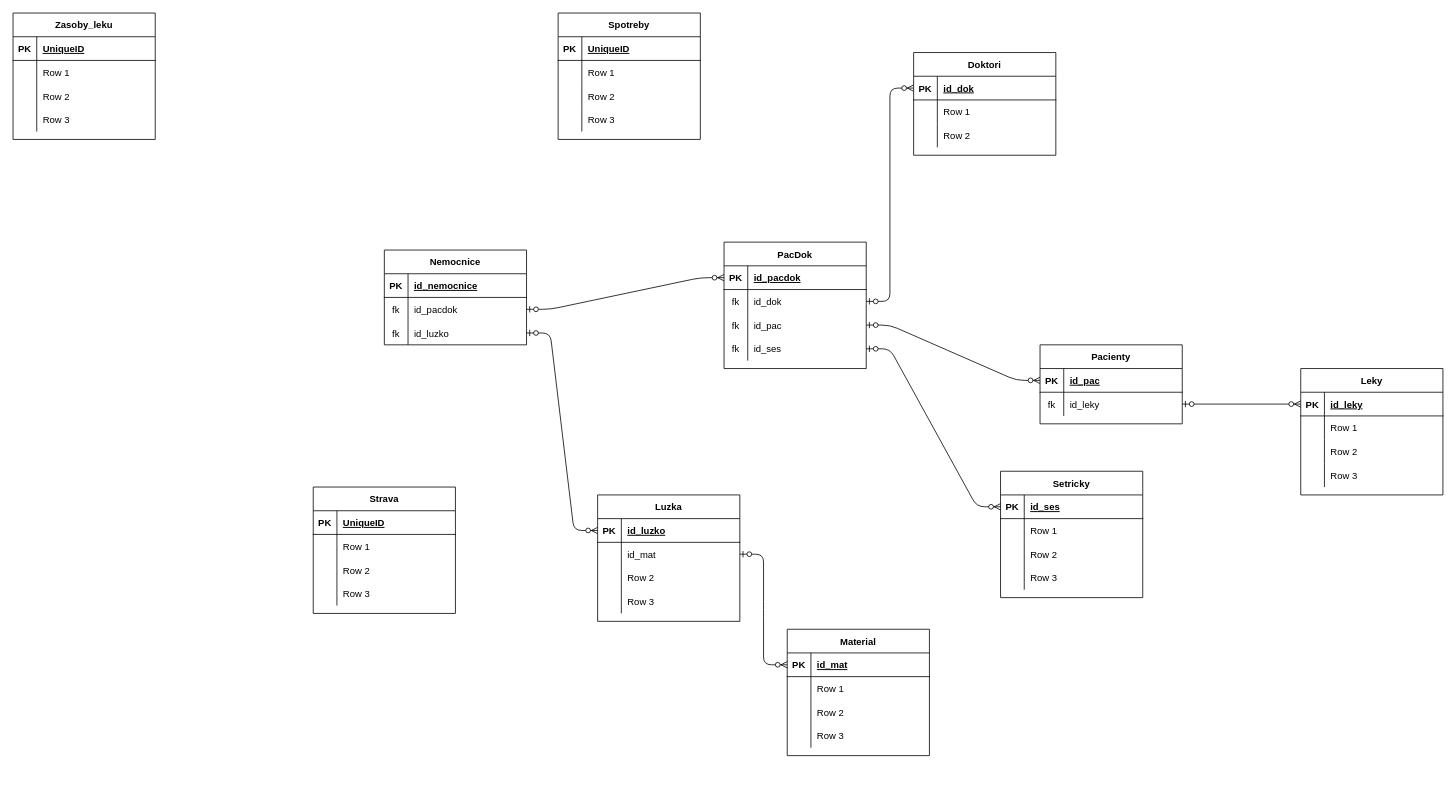
The draw.io diagram navrh.drawio in skrivanroman/Nemocnice_DB, before the edit. Source tidied: cells renumbered, new cells numbered last; positions are measured from the earlier drawing's top-left corner, leaving out a move shared by most shapes. Both pictures are drawn from the tidied source at 79%, with x=0, y=0 at pixel (13, 13).
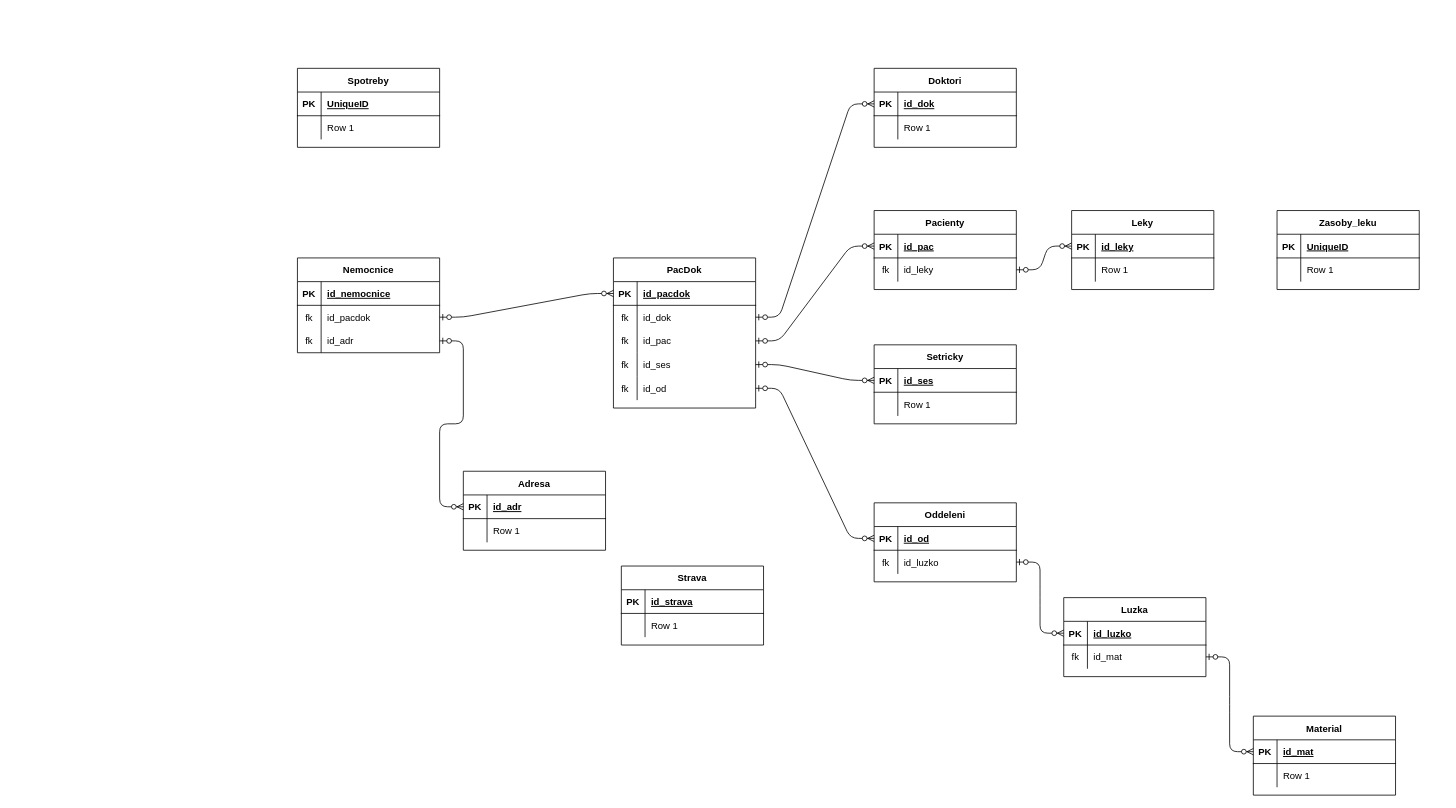
After the change.

Commit message (it also covers changes not shown here):
navrh tabulek

Unchanged cells that the change refers to:
```xml
<mxCell id="43" style="shape=partialRectangle;fillColor=none;top=0;left=0;bottom=1;right=0;" parent="42" vertex="1">
  <mxGeometry y="30" width="180" height="30" as="geometry" />
</mxCell>
<mxCell id="69" style="shape=partialRectangle;fillColor=none;top=0;left=0;bottom=1;right=0;points=[[0,0.5],[1,0.5]];portConstraint=eastwest;" parent="68" vertex="1">
  <mxGeometry y="30" width="180" height="30" as="geometry" />
</mxCell>
<mxCell id="72" style="shape=partialRectangle;fillColor=none;top=0;left=0;bottom=0;right=0;points=[[0,0.5],[1,0.5]];portConstraint=eastwest;" parent="68" vertex="1">
  <mxGeometry y="60" width="180" height="30" as="geometry" />
</mxCell>
```

What changed in the source:
```diff
@@
     <mxCell id="2" value="Nemocnice" style="shape=table;startSize=30;childLayout=tableLayout;rowLines=0;fontStyle=1;align=center;" parent="1" vertex="1">
-      <mxGeometry x="470" y="300" width="180" height="120" as="geometry" />
+      <mxGeometry x="360" y="310" width="180" height="120" as="geometry" />
     </mxCell>
@@
-    <mxCell id="9" style="shape=partialRectangle;fillColor=none;top=0;left=0;bottom=0;right=0;points=[[0,0.5],[1,0.5]];portConstraint=eastwest;" parent="2" vertex="1">
-      <mxGeometry y="90" width="180" height="30" as="geometry" />
-    </mxCell>
-    <mxCell id="10" value="fk" style="shape=partialRectangle;fillColor=none;top=0;left=0;bottom=0;right=0;overflow=hidden;" parent="9" vertex="1">
-      <mxGeometry width="30" height="30" as="geometry" />
-    </mxCell>
-    <mxCell id="11" value="id_luzko" style="shape=partialRectangle;fillColor=none;top=0;left=0;bottom=0;right=0;align=left;spacingLeft=6;overflow=hidden;" parent="9" vertex="1">
-      <mxGeometry x="30" width="150" height="30" as="geometry" />
-    </mxCell>
+    <mxCell id="140" style="shape=partialRectangle;fillColor=none;top=0;left=0;bottom=0;right=0;points=[[0,0.5],[1,0.5]];portConstraint=eastwest;" parent="2" vertex="1">
+      <mxGeometry y="90" width="180" height="30" as="geometry" />
+    </mxCell>
+    <mxCell id="141" value="fk" style="shape=partialRectangle;fillColor=none;top=0;left=0;bottom=0;right=0;overflow=hidden;" parent="140" vertex="1">
+      <mxGeometry width="30" height="30" as="geometry" />
+    </mxCell>
+    <mxCell id="142" value="id_adr" style="shape=partialRectangle;fillColor=none;top=0;left=0;bottom=0;right=0;align=left;spacingLeft=6;overflow=hidden;" parent="140" vertex="1">
+      <mxGeometry x="30" width="150" height="30" as="geometry" />
+    </mxCell>
     <mxCell id="12" value="Pacienty" style="shape=table;startSize=30;childLayout=tableLayout;rowLines=0;fontStyle=1;align=center;" parent="1" vertex="1">
-      <mxGeometry x="1300" y="420" width="180" height="100" as="geometry" />
+      <mxGeometry x="1090" y="250" width="180" height="100" as="geometry" />
     </mxCell>
@@
     <mxCell id="19" value="Doktori" style="shape=table;startSize=30;childLayout=tableLayout;rowLines=0;fontStyle=1;align=center;" parent="1" vertex="1">
-      <mxGeometry x="1140" y="50" width="180" height="130" as="geometry" />
+      <mxGeometry x="1090" y="70" width="180" height="100" as="geometry" />
     </mxCell>
@@
-    <mxCell id="26" style="shape=partialRectangle;fillColor=none;top=0;left=0;bottom=0;right=0;" parent="19" vertex="1">
-      <mxGeometry y="90" width="180" height="30" as="geometry" />
-    </mxCell>
-    <mxCell id="27" style="shape=partialRectangle;fillColor=none;top=0;left=0;bottom=0;right=0;overflow=hidden;" parent="26" vertex="1">
-      <mxGeometry width="30" height="30" as="geometry" />
-    </mxCell>
-    <mxCell id="28" value="Row 2" style="shape=partialRectangle;fillColor=none;top=0;left=0;bottom=0;right=0;align=left;spacingLeft=6;overflow=hidden;" parent="26" vertex="1">
-      <mxGeometry x="30" width="150" height="30" as="geometry" />
-    </mxCell>
     <mxCell id="29" value="Setricky" style="shape=table;startSize=30;childLayout=tableLayout;rowLines=0;fontStyle=1;align=center;" parent="1" vertex="1">
-      <mxGeometry x="1250" y="580" width="180" height="160" as="geometry" />
+      <mxGeometry x="1090" y="420" width="180" height="100" as="geometry" />
     </mxCell>
@@
-    <mxCell id="36" style="shape=partialRectangle;fillColor=none;top=0;left=0;bottom=0;right=0;" parent="29" vertex="1">
-      <mxGeometry y="90" width="180" height="30" as="geometry" />
-    </mxCell>
-    <mxCell id="37" style="shape=partialRectangle;fillColor=none;top=0;left=0;bottom=0;right=0;overflow=hidden;" parent="36" vertex="1">
-      <mxGeometry width="30" height="30" as="geometry" />
-    </mxCell>
-    <mxCell id="38" value="Row 2" style="shape=partialRectangle;fillColor=none;top=0;left=0;bottom=0;right=0;align=left;spacingLeft=6;overflow=hidden;" parent="36" vertex="1">
-      <mxGeometry x="30" width="150" height="30" as="geometry" />
-    </mxCell>
-    <mxCell id="39" style="shape=partialRectangle;fillColor=none;top=0;left=0;bottom=0;right=0;" parent="29" vertex="1">
-      <mxGeometry y="120" width="180" height="30" as="geometry" />
-    </mxCell>
-    <mxCell id="40" style="shape=partialRectangle;fillColor=none;top=0;left=0;bottom=0;right=0;overflow=hidden;" parent="39" vertex="1">
-      <mxGeometry width="30" height="30" as="geometry" />
-    </mxCell>
-    <mxCell id="41" value="Row 3" style="shape=partialRectangle;fillColor=none;top=0;left=0;bottom=0;right=0;align=left;spacingLeft=6;overflow=hidden;" parent="39" vertex="1">
-      <mxGeometry x="30" width="150" height="30" as="geometry" />
-    </mxCell>
     <mxCell id="42" value="Strava" style="shape=table;startSize=30;childLayout=tableLayout;rowLines=0;fontStyle=1;align=center;" parent="1" vertex="1">
-      <mxGeometry x="380" y="600" width="180" height="160" as="geometry" />
+      <mxGeometry x="770" y="700" width="180" height="100" as="geometry" />
     </mxCell>
@@
-    <mxCell id="45" value="UniqueID" style="shape=partialRectangle;fillColor=none;top=0;left=0;bottom=0;right=0;align=left;spacingLeft=6;fontStyle=5;overflow=hidden;" parent="43" vertex="1">
+    <mxCell id="45" value="id_strava" style="shape=partialRectangle;fillColor=none;top=0;left=0;bottom=0;right=0;align=left;spacingLeft=6;fontStyle=5;overflow=hidden;" parent="43" vertex="1">
       <mxGeometry x="30" width="150" height="30" as="geometry" />
     </mxCell>
@@
-    <mxCell id="49" style="shape=partialRectangle;fillColor=none;top=0;left=0;bottom=0;right=0;" parent="42" vertex="1">
-      <mxGeometry y="90" width="180" height="30" as="geometry" />
-    </mxCell>
-    <mxCell id="50" style="shape=partialRectangle;fillColor=none;top=0;left=0;bottom=0;right=0;overflow=hidden;" parent="49" vertex="1">
-      <mxGeometry width="30" height="30" as="geometry" />
-    </mxCell>
-    <mxCell id="51" value="Row 2" style="shape=partialRectangle;fillColor=none;top=0;left=0;bottom=0;right=0;align=left;spacingLeft=6;overflow=hidden;" parent="49" vertex="1">
-      <mxGeometry x="30" width="150" height="30" as="geometry" />
-    </mxCell>
-    <mxCell id="52" style="shape=partialRectangle;fillColor=none;top=0;left=0;bottom=0;right=0;" parent="42" vertex="1">
-      <mxGeometry y="120" width="180" height="30" as="geometry" />
-    </mxCell>
-    <mxCell id="53" style="shape=partialRectangle;fillColor=none;top=0;left=0;bottom=0;right=0;overflow=hidden;" parent="52" vertex="1">
-      <mxGeometry width="30" height="30" as="geometry" />
-    </mxCell>
-    <mxCell id="54" value="Row 3" style="shape=partialRectangle;fillColor=none;top=0;left=0;bottom=0;right=0;align=left;spacingLeft=6;overflow=hidden;" parent="52" vertex="1">
-      <mxGeometry x="30" width="150" height="30" as="geometry" />
-    </mxCell>
     <mxCell id="55" value="PacDok" style="shape=table;startSize=30;childLayout=tableLayout;rowLines=0;fontStyle=1;align=center;" parent="1" vertex="1">
-      <mxGeometry x="900" y="290" width="180" height="160" as="geometry" />
+      <mxGeometry x="760" y="310" width="180" height="190" as="geometry" />
     </mxCell>
@@
+    <mxCell id="143" style="shape=partialRectangle;fillColor=none;top=0;left=0;bottom=0;right=0;points=[[0,0.5],[1,0.5]];portConstraint=eastwest;" parent="55" vertex="1">
+      <mxGeometry y="150" width="180" height="30" as="geometry" />
+    </mxCell>
+    <mxCell id="144" value="fk" style="shape=partialRectangle;fillColor=none;top=0;left=0;bottom=0;right=0;overflow=hidden;" parent="143" vertex="1">
+      <mxGeometry width="30" height="30" as="geometry" />
+    </mxCell>
+    <mxCell id="145" value="id_od" style="shape=partialRectangle;fillColor=none;top=0;left=0;bottom=0;right=0;align=left;spacingLeft=6;overflow=hidden;" parent="143" vertex="1">
+      <mxGeometry x="30" width="150" height="30" as="geometry" />
+    </mxCell>
     <mxCell id="68" value="Luzka" style="shape=table;startSize=30;childLayout=tableLayout;rowLines=0;fontStyle=1;align=center;" parent="1" vertex="1">
-      <mxGeometry x="740" y="610" width="180" height="160" as="geometry" />
+      <mxGeometry x="1330" y="740" width="180" height="100" as="geometry" />
     </mxCell>
@@
-    <mxCell id="73" style="shape=partialRectangle;fillColor=none;top=0;left=0;bottom=0;right=0;overflow=hidden;" parent="72" vertex="1">
+    <mxCell id="73" value="fk" style="shape=partialRectangle;fillColor=none;top=0;left=0;bottom=0;right=0;overflow=hidden;" parent="72" vertex="1">
       <mxGeometry width="30" height="30" as="geometry" />
     </mxCell>
@@
-    <mxCell id="75" style="shape=partialRectangle;fillColor=none;top=0;left=0;bottom=0;right=0;" parent="68" vertex="1">
-      <mxGeometry y="90" width="180" height="30" as="geometry" />
-    </mxCell>
-    <mxCell id="76" style="shape=partialRectangle;fillColor=none;top=0;left=0;bottom=0;right=0;overflow=hidden;" parent="75" vertex="1">
-      <mxGeometry width="30" height="30" as="geometry" />
-    </mxCell>
-    <mxCell id="77" value="Row 2" style="shape=partialRectangle;fillColor=none;top=0;left=0;bottom=0;right=0;align=left;spacingLeft=6;overflow=hidden;" parent="75" vertex="1">
-      <mxGeometry x="30" width="150" height="30" as="geometry" />
-    </mxCell>
-    <mxCell id="78" style="shape=partialRectangle;fillColor=none;top=0;left=0;bottom=0;right=0;" parent="68" vertex="1">
-      <mxGeometry y="120" width="180" height="30" as="geometry" />
-    </mxCell>
-    <mxCell id="79" style="shape=partialRectangle;fillColor=none;top=0;left=0;bottom=0;right=0;overflow=hidden;" parent="78" vertex="1">
-      <mxGeometry width="30" height="30" as="geometry" />
-    </mxCell>
-    <mxCell id="80" value="Row 3" style="shape=partialRectangle;fillColor=none;top=0;left=0;bottom=0;right=0;align=left;spacingLeft=6;overflow=hidden;" parent="78" vertex="1">
-      <mxGeometry x="30" width="150" height="30" as="geometry" />
-    </mxCell>
     <mxCell id="81" value="Material" style="shape=table;startSize=30;childLayout=tableLayout;rowLines=0;fontStyle=1;align=center;" parent="1" vertex="1">
-      <mxGeometry x="980" y="780" width="180" height="160" as="geometry" />
+      <mxGeometry x="1570" y="890" width="180" height="100" as="geometry" />
     </mxCell>
@@
-    <mxCell id="88" style="shape=partialRectangle;fillColor=none;top=0;left=0;bottom=0;right=0;" parent="81" vertex="1">
-      <mxGeometry y="90" width="180" height="30" as="geometry" />
-    </mxCell>
-    <mxCell id="89" style="shape=partialRectangle;fillColor=none;top=0;left=0;bottom=0;right=0;overflow=hidden;" parent="88" vertex="1">
-      <mxGeometry width="30" height="30" as="geometry" />
-    </mxCell>
-    <mxCell id="90" value="Row 2" style="shape=partialRectangle;fillColor=none;top=0;left=0;bottom=0;right=0;align=left;spacingLeft=6;overflow=hidden;" parent="88" vertex="1">
-      <mxGeometry x="30" width="150" height="30" as="geometry" />
-    </mxCell>
-    <mxCell id="91" style="shape=partialRectangle;fillColor=none;top=0;left=0;bottom=0;right=0;" parent="81" vertex="1">
-      <mxGeometry y="120" width="180" height="30" as="geometry" />
-    </mxCell>
-    <mxCell id="92" style="shape=partialRectangle;fillColor=none;top=0;left=0;bottom=0;right=0;overflow=hidden;" parent="91" vertex="1">
-      <mxGeometry width="30" height="30" as="geometry" />
-    </mxCell>
-    <mxCell id="93" value="Row 3" style="shape=partialRectangle;fillColor=none;top=0;left=0;bottom=0;right=0;align=left;spacingLeft=6;overflow=hidden;" parent="91" vertex="1">
-      <mxGeometry x="30" width="150" height="30" as="geometry" />
-    </mxCell>
     <mxCell id="94" value="Leky" style="shape=table;startSize=30;childLayout=tableLayout;rowLines=0;fontStyle=1;align=center;" parent="1" vertex="1">
-      <mxGeometry x="1630" y="450" width="180" height="160" as="geometry" />
+      <mxGeometry x="1340" y="250" width="180" height="100" as="geometry" />
     </mxCell>
@@
-    <mxCell id="101" style="shape=partialRectangle;fillColor=none;top=0;left=0;bottom=0;right=0;" parent="94" vertex="1">
-      <mxGeometry y="90" width="180" height="30" as="geometry" />
-    </mxCell>
-    <mxCell id="102" style="shape=partialRectangle;fillColor=none;top=0;left=0;bottom=0;right=0;overflow=hidden;" parent="101" vertex="1">
-      <mxGeometry width="30" height="30" as="geometry" />
-    </mxCell>
-    <mxCell id="103" value="Row 2" style="shape=partialRectangle;fillColor=none;top=0;left=0;bottom=0;right=0;align=left;spacingLeft=6;overflow=hidden;" parent="101" vertex="1">
-      <mxGeometry x="30" width="150" height="30" as="geometry" />
-    </mxCell>
-    <mxCell id="104" style="shape=partialRectangle;fillColor=none;top=0;left=0;bottom=0;right=0;" parent="94" vertex="1">
-      <mxGeometry y="120" width="180" height="30" as="geometry" />
-    </mxCell>
-    <mxCell id="105" style="shape=partialRectangle;fillColor=none;top=0;left=0;bottom=0;right=0;overflow=hidden;" parent="104" vertex="1">
-      <mxGeometry width="30" height="30" as="geometry" />
-    </mxCell>
-    <mxCell id="106" value="Row 3" style="shape=partialRectangle;fillColor=none;top=0;left=0;bottom=0;right=0;align=left;spacingLeft=6;overflow=hidden;" parent="104" vertex="1">
-      <mxGeometry x="30" width="150" height="30" as="geometry" />
-    </mxCell>
     <mxCell id="107" value="Spotreby" style="shape=table;startSize=30;childLayout=tableLayout;rowLines=0;fontStyle=1;align=center;" parent="1" vertex="1">
-      <mxGeometry x="690" width="180" height="160" as="geometry" />
+      <mxGeometry x="360" y="70" width="180" height="100" as="geometry" />
     </mxCell>
@@
-    <mxCell id="114" style="shape=partialRectangle;fillColor=none;top=0;left=0;bottom=0;right=0;" parent="107" vertex="1">
-      <mxGeometry y="90" width="180" height="30" as="geometry" />
-    </mxCell>
-    <mxCell id="115" style="shape=partialRectangle;fillColor=none;top=0;left=0;bottom=0;right=0;overflow=hidden;" parent="114" vertex="1">
-      <mxGeometry width="30" height="30" as="geometry" />
-    </mxCell>
-    <mxCell id="116" value="Row 2" style="shape=partialRectangle;fillColor=none;top=0;left=0;bottom=0;right=0;align=left;spacingLeft=6;overflow=hidden;" parent="114" vertex="1">
-      <mxGeometry x="30" width="150" height="30" as="geometry" />
-    </mxCell>
-    <mxCell id="117" style="shape=partialRectangle;fillColor=none;top=0;left=0;bottom=0;right=0;" parent="107" vertex="1">
-      <mxGeometry y="120" width="180" height="30" as="geometry" />
-    </mxCell>
-    <mxCell id="118" style="shape=partialRectangle;fillColor=none;top=0;left=0;bottom=0;right=0;overflow=hidden;" parent="117" vertex="1">
-      <mxGeometry width="30" height="30" as="geometry" />
-    </mxCell>
-    <mxCell id="119" value="Row 3" style="shape=partialRectangle;fillColor=none;top=0;left=0;bottom=0;right=0;align=left;spacingLeft=6;overflow=hidden;" parent="117" vertex="1">
-      <mxGeometry x="30" width="150" height="30" as="geometry" />
-    </mxCell>
     <mxCell id="120" value="Zasoby_leku" style="shape=table;startSize=30;childLayout=tableLayout;rowLines=0;fontStyle=1;align=center;" parent="1" vertex="1">
-      <mxGeometry width="180" height="160" as="geometry" />
+      <mxGeometry x="1600" y="250" width="180" height="100" as="geometry" />
     </mxCell>
@@
-    <mxCell id="127" style="shape=partialRectangle;fillColor=none;top=0;left=0;bottom=0;right=0;" parent="120" vertex="1">
-      <mxGeometry y="90" width="180" height="30" as="geometry" />
-    </mxCell>
-    <mxCell id="128" style="shape=partialRectangle;fillColor=none;top=0;left=0;bottom=0;right=0;overflow=hidden;" parent="127" vertex="1">
-      <mxGeometry width="30" height="30" as="geometry" />
-    </mxCell>
-    <mxCell id="129" value="Row 2" style="shape=partialRectangle;fillColor=none;top=0;left=0;bottom=0;right=0;align=left;spacingLeft=6;overflow=hidden;" parent="127" vertex="1">
-      <mxGeometry x="30" width="150" height="30" as="geometry" />
-    </mxCell>
-    <mxCell id="130" style="shape=partialRectangle;fillColor=none;top=0;left=0;bottom=0;right=0;" parent="120" vertex="1">
-      <mxGeometry y="120" width="180" height="30" as="geometry" />
-    </mxCell>
-    <mxCell id="131" style="shape=partialRectangle;fillColor=none;top=0;left=0;bottom=0;right=0;overflow=hidden;" parent="130" vertex="1">
-      <mxGeometry width="30" height="30" as="geometry" />
-    </mxCell>
-    <mxCell id="132" value="Row 3" style="shape=partialRectangle;fillColor=none;top=0;left=0;bottom=0;right=0;align=left;spacingLeft=6;overflow=hidden;" parent="130" vertex="1">
-      <mxGeometry x="30" width="150" height="30" as="geometry" />
-    </mxCell>
@@
-    <mxCell id="137" style="edgeStyle=entityRelationEdgeStyle;fontSize=12;html=1;endArrow=ERzeroToMany;startArrow=ERzeroToOne;entryX=0;entryY=0.5;entryDx=0;entryDy=0;exitX=1;exitY=0.5;exitDx=0;exitDy=0;" parent="1" edge="1" source="9" target="69">
+    <mxCell id="137" style="edgeStyle=entityRelationEdgeStyle;fontSize=12;html=1;endArrow=ERzeroToMany;startArrow=ERzeroToOne;entryX=0;entryY=0.5;entryDx=0;entryDy=0;exitX=1;exitY=0.5;exitDx=0;exitDy=0;" parent="1" edge="1" source="150" target="69">
       <mxGeometry relative="1" as="geometry" />
     </mxCell>
@@
+    <mxCell id="146" value="Oddeleni" style="shape=table;startSize=30;childLayout=tableLayout;rowLines=0;fontStyle=1;align=center;" parent="1" vertex="1">
+      <mxGeometry x="1090" y="620" width="180" height="100" as="geometry" />
+    </mxCell>
+    <mxCell id="147" style="shape=partialRectangle;fillColor=none;top=0;left=0;bottom=1;right=0;points=[[0,0.5],[1,0.5]];portConstraint=eastwest;" parent="146" vertex="1">
+      <mxGeometry y="30" width="180" height="30" as="geometry" />
+    </mxCell>
+    <mxCell id="148" value="PK" style="shape=partialRectangle;fillColor=none;top=0;left=0;bottom=0;right=0;fontStyle=1;overflow=hidden;" parent="147" vertex="1">
+      <mxGeometry width="30" height="30" as="geometry" />
+    </mxCell>
+    <mxCell id="149" value="id_od" style="shape=partialRectangle;fillColor=none;top=0;left=0;bottom=0;right=0;align=left;spacingLeft=6;fontStyle=5;overflow=hidden;" parent="147" vertex="1">
+      <mxGeometry x="30" width="150" height="30" as="geometry" />
+    </mxCell>
+    <mxCell id="150" style="shape=partialRectangle;fillColor=none;top=0;left=0;bottom=0;right=0;points=[[0,0.5],[1,0.5]];portConstraint=eastwest;" parent="146" vertex="1">
+      <mxGeometry y="60" width="180" height="30" as="geometry" />
+    </mxCell>
+    <mxCell id="151" value="fk" style="shape=partialRectangle;fillColor=none;top=0;left=0;bottom=0;right=0;overflow=hidden;" parent="150" vertex="1">
+      <mxGeometry width="30" height="30" as="geometry" />
+    </mxCell>
+    <mxCell id="11" value="id_luzko" style="shape=partialRectangle;fillColor=none;top=0;left=0;bottom=0;right=0;align=left;spacingLeft=6;overflow=hidden;" parent="150" vertex="1">
+      <mxGeometry x="30" width="150" height="30" as="geometry" />
+    </mxCell>
+    <mxCell id="152" style="edgeStyle=entityRelationEdgeStyle;fontSize=12;html=1;endArrow=ERzeroToMany;startArrow=ERzeroToOne;entryX=0;entryY=0.5;entryDx=0;entryDy=0;exitX=1;exitY=0.5;exitDx=0;exitDy=0;" parent="1" edge="1" source="143" target="147">
+      <mxGeometry relative="1" as="geometry" />
+    </mxCell>
+    <mxCell id="153" value="Adresa" style="shape=table;startSize=30;childLayout=tableLayout;rowLines=0;fontStyle=1;align=center;" parent="1" vertex="1">
+      <mxGeometry x="570" y="580" width="180" height="100" as="geometry" />
+    </mxCell>
+    <mxCell id="154" style="shape=partialRectangle;fillColor=none;top=0;left=0;bottom=1;right=0;points=[[0,0.5],[1,0.5]];portConstraint=eastwest;" parent="153" vertex="1">
+      <mxGeometry y="30" width="180" height="30" as="geometry" />
+    </mxCell>
+    <mxCell id="155" value="PK" style="shape=partialRectangle;fillColor=none;top=0;left=0;bottom=0;right=0;fontStyle=1;overflow=hidden;" parent="154" vertex="1">
+      <mxGeometry width="30" height="30" as="geometry" />
+    </mxCell>
+    <mxCell id="156" value="id_adr" style="shape=partialRectangle;fillColor=none;top=0;left=0;bottom=0;right=0;align=left;spacingLeft=6;fontStyle=5;overflow=hidden;" parent="154" vertex="1">
+      <mxGeometry x="30" width="150" height="30" as="geometry" />
+    </mxCell>
+    <mxCell id="157" style="shape=partialRectangle;fillColor=none;top=0;left=0;bottom=0;right=0;" parent="153" vertex="1">
+      <mxGeometry y="60" width="180" height="30" as="geometry" />
+    </mxCell>
+    <mxCell id="158" style="shape=partialRectangle;fillColor=none;top=0;left=0;bottom=0;right=0;overflow=hidden;" parent="157" vertex="1">
+      <mxGeometry width="30" height="30" as="geometry" />
+    </mxCell>
+    <mxCell id="159" value="Row 1" style="shape=partialRectangle;fillColor=none;top=0;left=0;bottom=0;right=0;align=left;spacingLeft=6;overflow=hidden;" parent="157" vertex="1">
+      <mxGeometry x="30" width="150" height="30" as="geometry" />
+    </mxCell>
+    <mxCell id="160" style="edgeStyle=entityRelationEdgeStyle;fontSize=12;html=1;endArrow=ERzeroToMany;startArrow=ERzeroToOne;entryX=0;entryY=0.5;entryDx=0;entryDy=0;exitX=1;exitY=0.5;exitDx=0;exitDy=0;" parent="1" edge="1" source="140" target="154">
+      <mxGeometry relative="1" as="geometry" />
+    </mxCell>
```
